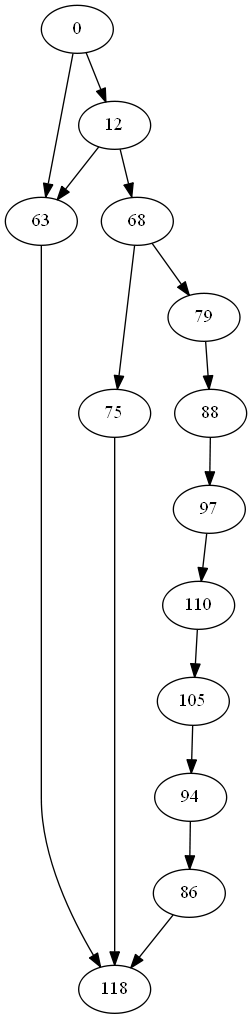
The Graphviz diagram iEvmOpt/Cfg/CfgOutput/test2_graph.png in Michael-LiangAnze/iEvmOpt, before a commit. Its source is kept beside it as iEvmOpt/Cfg/CfgOutput/test2_graph.gv.
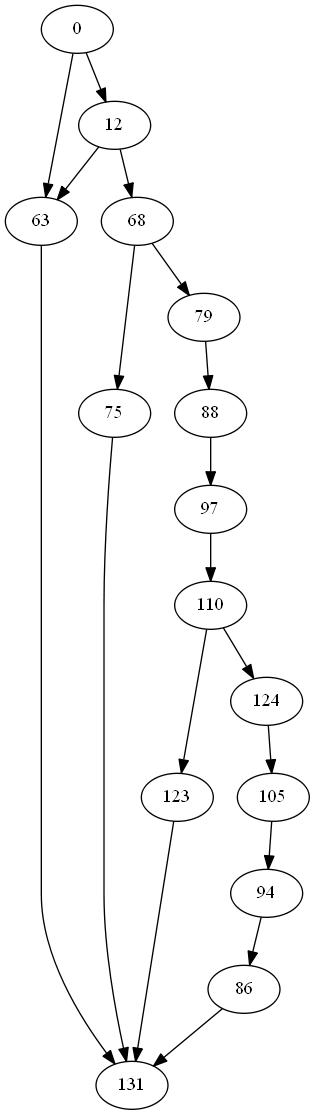
Later version of the same file.

The edit, as a diff of the source:
```diff
@@ -11,20 +11,25 @@
 	97 [label=97]
 	105 [label=105]
 	110 [label=110]
-	118 [label=118]
+	123 [label=123]
+	124 [label=124]
+	131 [label=131]
 	0 -> 12
 	0 -> 63
 	12 -> 68
 	12 -> 63
-	63 -> 118
+	63 -> 131
 	68 -> 75
 	68 -> 79
-	75 -> 118
+	75 -> 131
 	79 -> 88
-	86 -> 118
+	86 -> 131
 	88 -> 97
 	94 -> 86
 	97 -> 110
 	105 -> 94
-	110 -> 105
+	110 -> 123
+	110 -> 124
+	123 -> 131
+	124 -> 105
 }
```
